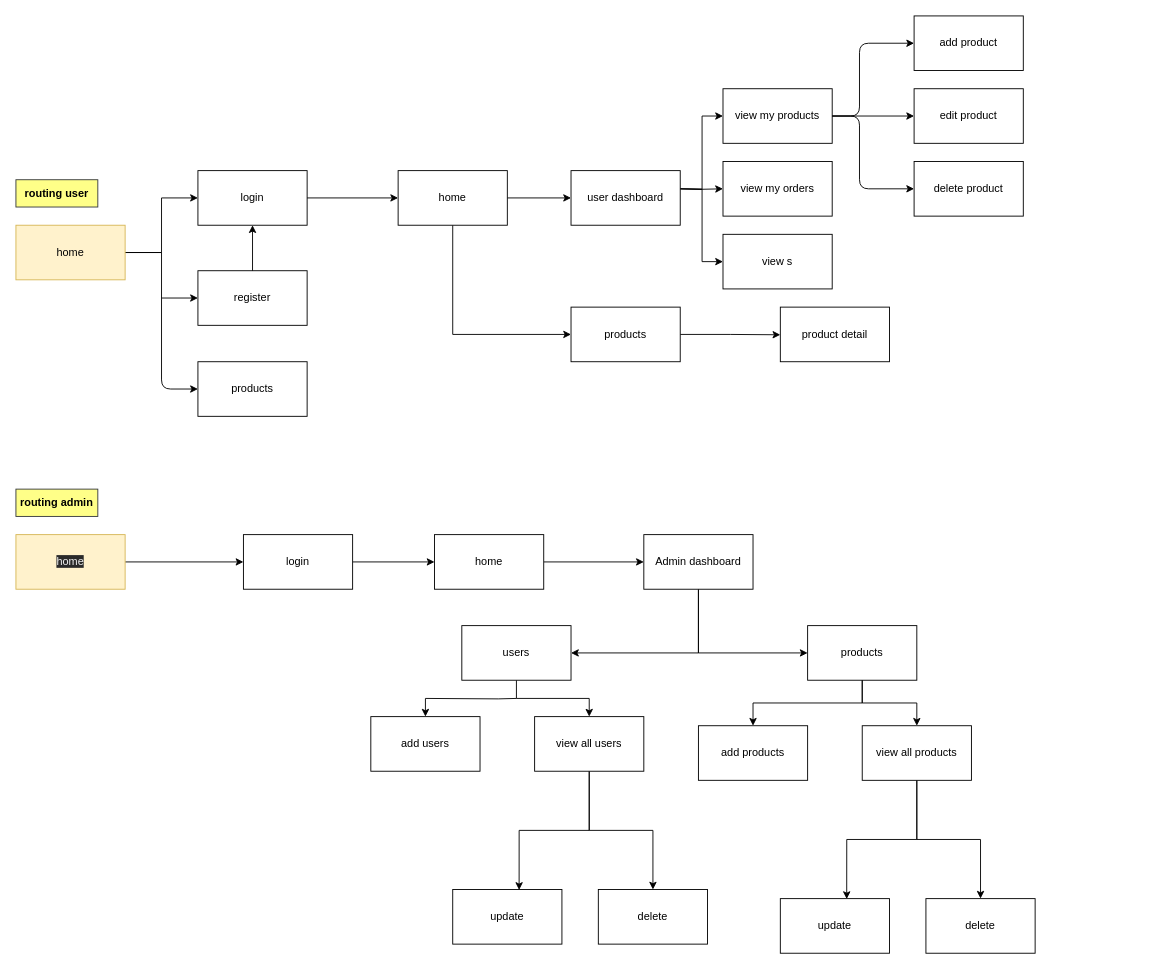
Earlier version of the draw.io diagram docs/2 design/routing.drawio (IonutPopescu93/mica-piata). Source tidied: cells renumbered, new cells numbered last; positions are measured from the earlier drawing's top-left corner, leaving out a move shared by most shapes. Both pictures are drawn from the tidied source at 91%, with x=0, y=0 at pixel (15, 15).
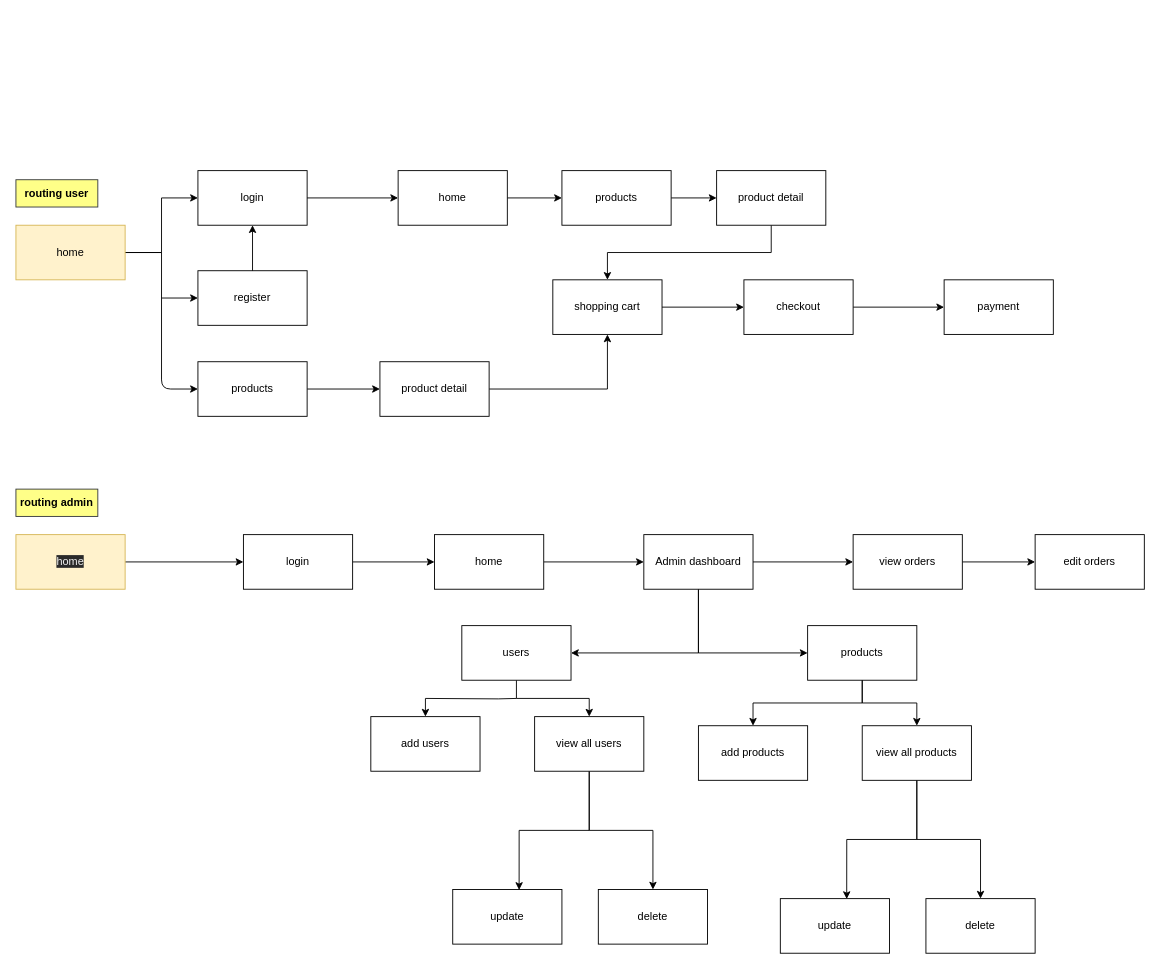
Above is the later version.

The change refers to these unchanged cells:
```xml
<mxCell id="21" value="Admin dashboard" style="rounded=0;whiteSpace=wrap;html=1;" parent="1" vertex="1">
  <mxGeometry x="690" y="570" width="120" height="60" as="geometry" />
</mxCell>
<mxCell id="41" value="products" style="whiteSpace=wrap;html=1;rounded=0;" parent="1" vertex="1">
  <mxGeometry x="200" y="380" width="120" height="60" as="geometry" />
</mxCell>
<mxCell id="55" value="home" style="rounded=0;whiteSpace=wrap;html=1;" parent="1" vertex="1">
  <mxGeometry x="420" y="170" width="120" height="60" as="geometry" />
</mxCell>
```

Change to the diagram source:
```diff
@@
-    <mxCell id="2" style="edgeStyle=orthogonalEdgeStyle;rounded=0;jettySize=auto;html=1;entryX=0;entryY=0.5;entryDx=0;entryDy=0;" parent="1" edge="1" target="29">
-      <mxGeometry relative="1" as="geometry">
-        <mxPoint x="730" y="190" as="sourcePoint" />
-      </mxGeometry>
-    </mxCell>
-    <mxCell id="3" style="edgeStyle=orthogonalEdgeStyle;rounded=0;jettySize=auto;html=1;entryX=0;entryY=0.5;entryDx=0;entryDy=0;" parent="1" edge="1" target="30">
-      <mxGeometry relative="1" as="geometry">
-        <mxPoint x="730" y="190" as="sourcePoint" />
-      </mxGeometry>
-    </mxCell>
-    <mxCell id="4" style="edgeStyle=orthogonalEdgeStyle;rounded=0;jettySize=auto;html=1;entryX=0;entryY=0.5;entryDx=0;entryDy=0;" parent="1" edge="1" target="31">
-      <mxGeometry relative="1" as="geometry">
-        <mxPoint x="730" y="190" as="sourcePoint" />
-      </mxGeometry>
-    </mxCell>
@@
+    <mxCell id="59" style="edgeStyle=orthogonalEdgeStyle;rounded=0;jettySize=auto;html=1;" parent="1" edge="1" source="21" target="70">
+      <mxGeometry relative="1" as="geometry" />
+    </mxCell>
@@
-    <mxCell id="29" value="view my products" style="rounded=0;whiteSpace=wrap;html=1;" parent="1" vertex="1">
-      <mxGeometry x="777" y="80" width="120" height="60" as="geometry" />
-    </mxCell>
-    <mxCell id="30" value="view my orders" style="rounded=0;whiteSpace=wrap;html=1;" parent="1" vertex="1">
-      <mxGeometry x="777" y="160" width="120" height="60" as="geometry" />
-    </mxCell>
-    <mxCell id="31" value="view s" style="rounded=0;whiteSpace=wrap;html=1;" parent="1" vertex="1">
-      <mxGeometry x="777" y="240" width="120" height="60" as="geometry" />
-    </mxCell>
@@
-    <mxCell id="33" value="user dashboard" style="whiteSpace=wrap;html=1;rounded=0;" parent="1" vertex="1">
-      <mxGeometry x="610" y="170" width="120" height="60" as="geometry" />
-    </mxCell>
@@
-    <mxCell id="35" style="endArrow=classic;html=1;exitX=1;exitY=0.5;exitDx=0;exitDy=0;" parent="1" edge="1" source="29">
-      <mxGeometry relative="1" as="geometry">
-        <mxPoint x="987" y="110" as="targetPoint" />
-      </mxGeometry>
-    </mxCell>
-    <mxCell id="36" value="add product" style="rounded=0;whiteSpace=wrap;html=1;" parent="1" vertex="1">
-      <mxGeometry x="987" width="120" height="60" as="geometry" />
-    </mxCell>
-    <mxCell id="37" value="edit product" style="rounded=0;whiteSpace=wrap;html=1;" parent="1" vertex="1">
-      <mxGeometry x="987" y="80" width="120" height="60" as="geometry" />
-    </mxCell>
-    <mxCell id="38" value="delete product" style="rounded=0;whiteSpace=wrap;html=1;" parent="1" vertex="1">
-      <mxGeometry x="987" y="160" width="120" height="60" as="geometry" />
-    </mxCell>
-    <mxCell id="39" style="endArrow=classic;html=1;exitX=1;exitY=0.5;exitDx=0;exitDy=0;entryX=0;entryY=0.5;entryDx=0;entryDy=0;" parent="1" edge="1" source="29" target="38">
-      <mxGeometry relative="1" as="geometry">
-        <Array as="points">
-          <mxPoint x="927" y="110" />
-          <mxPoint x="927" y="190" />
-        </Array>
-      </mxGeometry>
-    </mxCell>
-    <mxCell id="40" style="endArrow=classic;html=1;exitX=1;exitY=0.5;exitDx=0;exitDy=0;entryX=0;entryY=0.5;entryDx=0;entryDy=0;entryPerimeter=0;" parent="1" edge="1" source="29" target="36">
-      <mxGeometry relative="1" as="geometry">
-        <Array as="points">
-          <mxPoint x="927" y="110" />
-          <mxPoint x="927" y="30" />
-        </Array>
-      </mxGeometry>
-    </mxCell>
+    <mxCell id="60" style="edgeStyle=orthogonalEdgeStyle;rounded=0;jettySize=auto;html=1;exitX=1;exitY=0.5;exitDx=0;exitDy=0;" parent="1" edge="1" source="41" target="63">
+      <mxGeometry relative="1" as="geometry" />
+    </mxCell>
@@
-    <mxCell id="53" style="edgeStyle=orthogonalEdgeStyle;rounded=0;jettySize=auto;html=1;exitX=1;exitY=0.5;exitDx=0;exitDy=0;entryX=0;entryY=0.5;entryDx=0;entryDy=0;" parent="1" edge="1" source="55" target="33">
-      <mxGeometry relative="1" as="geometry" />
-    </mxCell>
-    <mxCell id="54" style="edgeStyle=orthogonalEdgeStyle;rounded=0;jettySize=auto;html=1;exitX=0.5;exitY=1;exitDx=0;exitDy=0;entryX=0;entryY=0.5;entryDx=0;entryDy=0;" parent="1" edge="1" source="55" target="57">
+    <mxCell id="54" style="edgeStyle=orthogonalEdgeStyle;rounded=0;jettySize=auto;html=1;exitX=1;exitY=0.5;exitDx=0;exitDy=0;entryX=0;entryY=0.5;entryDx=0;entryDy=0;" parent="1" edge="1" source="55" target="57">
       <mxGeometry relative="1" as="geometry" />
     </mxCell>
@@
-    <mxCell id="56" style="edgeStyle=orthogonalEdgeStyle;rounded=0;jettySize=auto;html=1;exitX=1;exitY=0.5;exitDx=0;exitDy=0;" parent="1" edge="1" source="57">
-      <mxGeometry relative="1" as="geometry">
-        <mxPoint x="840" y="350.4" as="targetPoint" />
-      </mxGeometry>
+    <mxCell id="56" style="edgeStyle=orthogonalEdgeStyle;rounded=0;jettySize=auto;html=1;exitX=1;exitY=0.5;exitDx=0;exitDy=0;entryX=0;entryY=0.5;entryDx=0;entryDy=0;" parent="1" edge="1" source="57" target="58">
+      <mxGeometry relative="1" as="geometry" />
     </mxCell>
     <mxCell id="57" value="products" style="whiteSpace=wrap;html=1;rounded=0;" parent="1" vertex="1">
-      <mxGeometry x="610" y="320" width="120" height="60" as="geometry" />
+      <mxGeometry x="600" y="170" width="120" height="60" as="geometry" />
     </mxCell>
+    <mxCell id="61" style="edgeStyle=orthogonalEdgeStyle;rounded=0;jettySize=auto;html=1;exitX=0.5;exitY=1;exitDx=0;exitDy=0;entryX=0.5;entryY=0;entryDx=0;entryDy=0;" parent="1" edge="1" source="58" target="65">
+      <mxGeometry relative="1" as="geometry" />
+    </mxCell>
     <mxCell id="58" value="product detail" style="whiteSpace=wrap;html=1;rounded=0;" parent="1" vertex="1">
-      <mxGeometry x="840" y="320" width="120" height="60" as="geometry" />
+      <mxGeometry x="770" y="170" width="120" height="60" as="geometry" />
     </mxCell>
+    <mxCell id="62" style="edgeStyle=orthogonalEdgeStyle;rounded=0;jettySize=auto;html=1;exitX=1;exitY=0.5;exitDx=0;exitDy=0;entryX=0.5;entryY=1;entryDx=0;entryDy=0;" parent="1" edge="1" source="63" target="65">
+      <mxGeometry relative="1" as="geometry" />
+    </mxCell>
+    <mxCell id="63" value="product detail" style="whiteSpace=wrap;html=1;rounded=0;" parent="1" vertex="1">
+      <mxGeometry x="400" y="380" width="120" height="60" as="geometry" />
+    </mxCell>
+    <mxCell id="64" style="edgeStyle=orthogonalEdgeStyle;rounded=0;jettySize=auto;html=1;exitX=1;exitY=0.5;exitDx=0;exitDy=0;" parent="1" edge="1" source="65" target="67">
+      <mxGeometry relative="1" as="geometry" />
+    </mxCell>
+    <mxCell id="65" value="shopping cart" style="whiteSpace=wrap;html=1;rounded=0;" parent="1" vertex="1">
+      <mxGeometry x="590" y="290" width="120" height="60" as="geometry" />
+    </mxCell>
+    <mxCell id="66" style="edgeStyle=orthogonalEdgeStyle;rounded=0;jettySize=auto;html=1;exitX=1;exitY=0.5;exitDx=0;exitDy=0;entryX=0;entryY=0.5;entryDx=0;entryDy=0;" parent="1" edge="1" source="67" target="68">
+      <mxGeometry relative="1" as="geometry" />
+    </mxCell>
+    <mxCell id="67" value="checkout" style="whiteSpace=wrap;html=1;rounded=0;" parent="1" vertex="1">
+      <mxGeometry x="800" y="290" width="120" height="60" as="geometry" />
+    </mxCell>
+    <mxCell id="68" value="payment" style="whiteSpace=wrap;html=1;rounded=0;" parent="1" vertex="1">
+      <mxGeometry x="1020" y="290" width="120" height="60" as="geometry" />
+    </mxCell>
+    <mxCell id="69" style="edgeStyle=orthogonalEdgeStyle;rounded=0;jettySize=auto;html=1;exitX=1;exitY=0.5;exitDx=0;exitDy=0;" parent="1" edge="1" source="70" target="71">
+      <mxGeometry relative="1" as="geometry" />
+    </mxCell>
+    <mxCell id="70" value="view orders" style="whiteSpace=wrap;html=1;rounded=0;" parent="1" vertex="1">
+      <mxGeometry x="920" y="570" width="120" height="60" as="geometry" />
+    </mxCell>
+    <mxCell id="71" value="edit orders" style="whiteSpace=wrap;html=1;rounded=0;" parent="1" vertex="1">
+      <mxGeometry x="1120" y="570" width="120" height="60" as="geometry" />
+    </mxCell>
```
